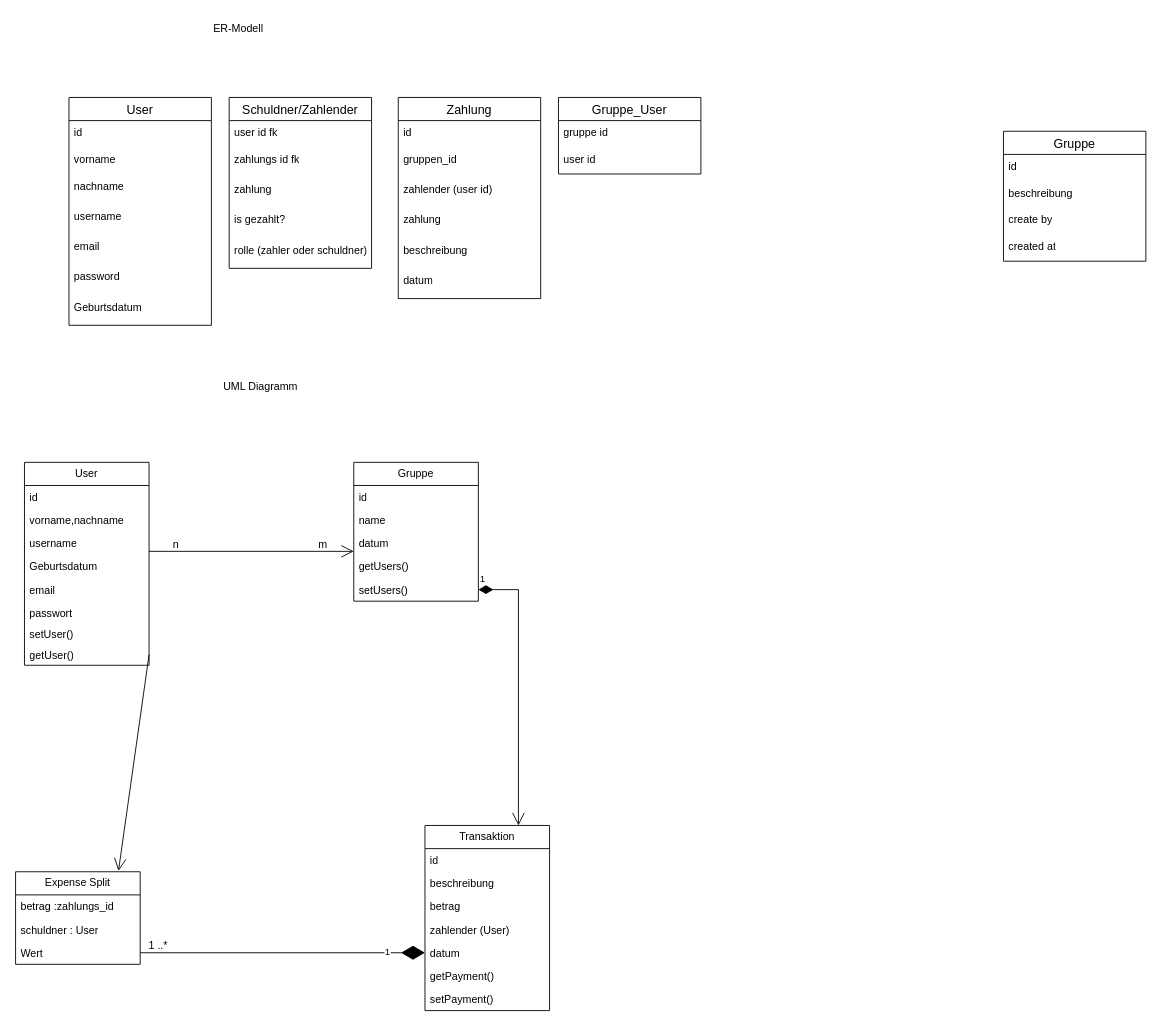
Above: TeamBudget.drawio in abda1014/TeamBudget (draw.io), before the change. Source tidied: cells renumbered, new cells numbered last; positions are measured from the earlier drawing's top-left corner, leaving out a move shared by most shapes. Both pictures are drawn from the tidied source at 89%, with x=0, y=0 at pixel (15, 15).
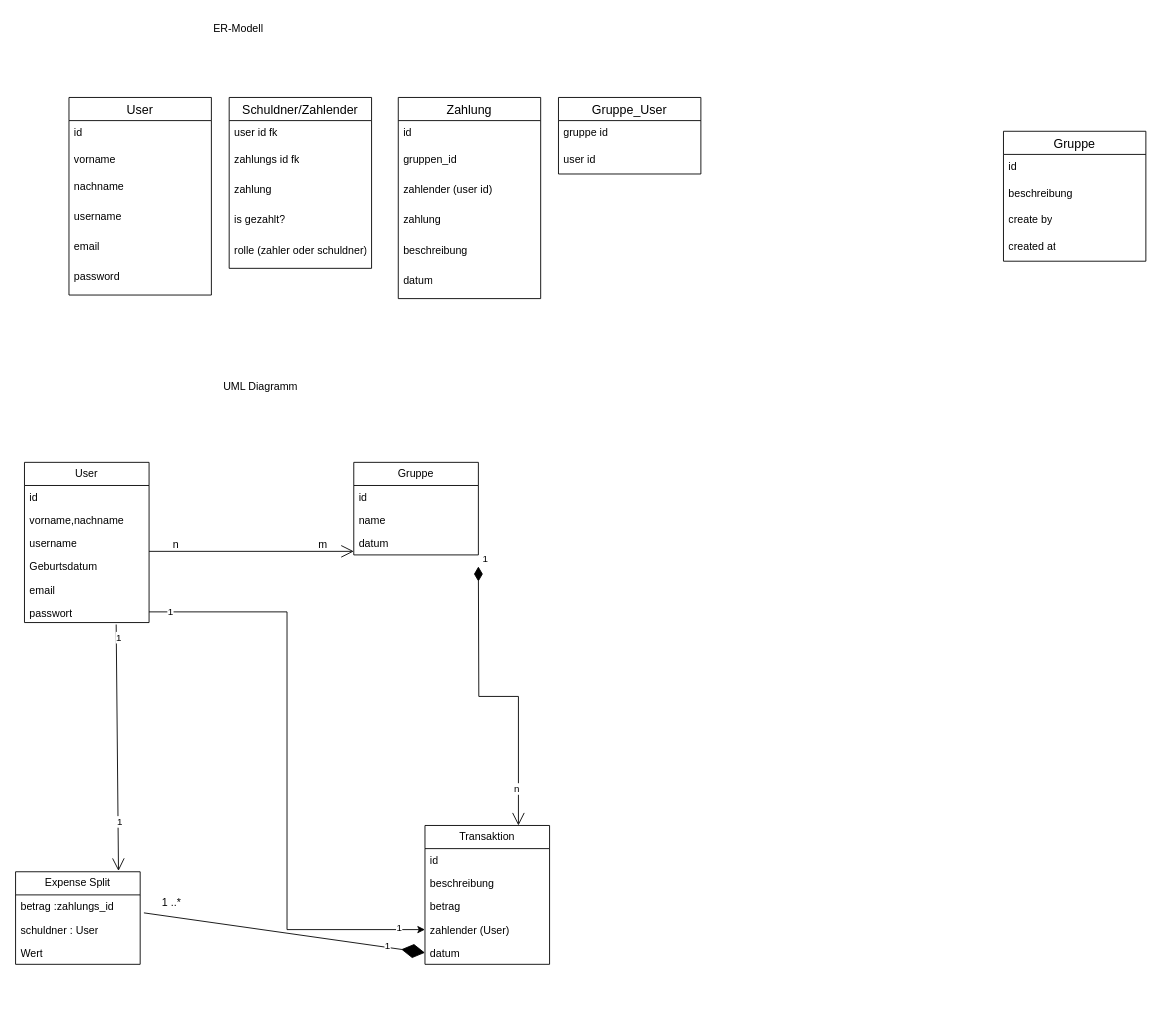
Above is the later version.

Unchanged cells that the change refers to:
```xml
<mxCell id="37" value="passwort" style="text;strokeColor=none;fillColor=none;align=left;verticalAlign=top;spacingLeft=4;spacingRight=4;overflow=hidden;points=[[0,0.5],[1,0.5]];portConstraint=eastwest;whiteSpace=wrap;html=1;" parent="31" vertex="1">
  <mxGeometry y="156" width="140" height="24" as="geometry" />
</mxCell>
<mxCell id="46" value="zahlender (User)" style="text;strokeColor=none;fillColor=none;align=left;verticalAlign=top;spacingLeft=4;spacingRight=4;overflow=hidden;points=[[0,0.5],[1,0.5]];portConstraint=eastwest;whiteSpace=wrap;html=1;" parent="42" vertex="1">
  <mxGeometry y="104" width="140" height="26" as="geometry" />
</mxCell>
<mxCell id="47" value="datum" style="text;strokeColor=none;fillColor=none;align=left;verticalAlign=top;spacingLeft=4;spacingRight=4;overflow=hidden;points=[[0,0.5],[1,0.5]];portConstraint=eastwest;whiteSpace=wrap;html=1;" parent="42" vertex="1">
  <mxGeometry y="130" width="140" height="26" as="geometry" />
</mxCell>
<mxCell id="50" value="Expense Split" style="swimlane;fontStyle=0;horizontal=1;startSize=26;fillColor=none;whiteSpace=wrap;html=1;" parent="1" vertex="1">
  <mxGeometry y="962" width="140" height="104" as="geometry" />
</mxCell>
<mxCell id="51" value="betrag :zahlungs_id" style="text;strokeColor=none;fillColor=none;align=left;verticalAlign=top;spacingLeft=4;spacingRight=4;overflow=hidden;points=[[0,0.5],[1,0.5]];portConstraint=eastwest;whiteSpace=wrap;html=1;" parent="50" vertex="1">
  <mxGeometry y="26" width="140" height="26" as="geometry" />
</mxCell>
<mxCell id="53" value="Wert" style="text;strokeColor=none;fillColor=none;align=left;verticalAlign=top;spacingLeft=4;spacingRight=4;overflow=hidden;points=[[0,0.5],[1,0.5]];portConstraint=eastwest;whiteSpace=wrap;html=1;" parent="50" vertex="1">
  <mxGeometry y="78" width="140" height="26" as="geometry" />
</mxCell>
```

Change to the diagram source:
```diff
@@
     <mxCell id="2" value="User" style="swimlane;fontStyle=0;horizontal=1;startSize=26;align=center;fontSize=14;" parent="1" vertex="1">
-      <mxGeometry x="60" y="92" width="160" height="256" as="geometry" />
+      <mxGeometry x="60" y="92" width="160" height="222" as="geometry" />
     </mxCell>
@@
-    <mxCell id="9" value="Geburtsdatum" style="text;strokeColor=none;fillColor=none;spacingLeft=4;spacingRight=4;overflow=hidden;fontSize=12;whiteSpace=wrap;html=1;" parent="2" vertex="1">
-      <mxGeometry y="222" width="160" height="34" as="geometry" />
-    </mxCell>
@@
     <mxCell id="31" value="User" style="swimlane;fontStyle=0;horizontal=1;startSize=26;fillColor=none;whiteSpace=wrap;html=1;" parent="1" vertex="1">
-      <mxGeometry x="10" y="502" width="140" height="228" as="geometry" />
+      <mxGeometry x="10" y="502" width="140" height="180" as="geometry" />
     </mxCell>
@@
-    <mxCell id="38" value="setUser()" style="text;strokeColor=none;fillColor=none;align=left;verticalAlign=top;spacingLeft=4;spacingRight=4;overflow=hidden;whiteSpace=wrap;html=1;" parent="31" vertex="1">
-      <mxGeometry y="180" width="140" height="24" as="geometry" />
-    </mxCell>
-    <mxCell id="39" value="getUser()" style="text;strokeColor=none;fillColor=none;align=left;verticalAlign=top;spacingLeft=4;spacingRight=4;overflow=hidden;whiteSpace=wrap;html=1;" parent="31" vertex="1">
-      <mxGeometry y="204" width="140" height="24" as="geometry" />
-    </mxCell>
@@
     <mxCell id="42" value="Transaktion" style="swimlane;fontStyle=0;horizontal=1;startSize=26;fillColor=none;whiteSpace=wrap;html=1;" parent="1" vertex="1">
-      <mxGeometry x="460" y="910" width="140" height="208" as="geometry" />
+      <mxGeometry x="460" y="910" width="140" height="156" as="geometry" />
     </mxCell>
@@
-    <mxCell id="48" value="getPayment()" style="text;strokeColor=none;fillColor=none;align=left;verticalAlign=top;spacingLeft=4;spacingRight=4;overflow=hidden;whiteSpace=wrap;html=1;" parent="42" vertex="1">
-      <mxGeometry y="156" width="140" height="26" as="geometry" />
-    </mxCell>
-    <mxCell id="49" value="setPayment()" style="text;strokeColor=none;fillColor=none;align=left;verticalAlign=top;spacingLeft=4;spacingRight=4;overflow=hidden;whiteSpace=wrap;html=1;" parent="42" vertex="1">
-      <mxGeometry y="182" width="140" height="26" as="geometry" />
-    </mxCell>
@@
     <mxCell id="54" value="Gruppe" style="swimlane;fontStyle=0;horizontal=1;startSize=26;fillColor=none;whiteSpace=wrap;html=1;" parent="1" vertex="1">
-      <mxGeometry x="380" y="502" width="140" height="156" as="geometry" />
+      <mxGeometry x="380" y="502" width="140" height="104" as="geometry" />
     </mxCell>
@@
-    <mxCell id="58" value="getUsers()" style="text;strokeColor=none;fillColor=none;align=left;verticalAlign=top;spacingLeft=4;spacingRight=4;overflow=hidden;whiteSpace=wrap;html=1;" parent="54" vertex="1">
-      <mxGeometry y="104" width="140" height="26" as="geometry" />
-    </mxCell>
-    <mxCell id="59" value="setUsers()" style="text;strokeColor=none;fillColor=none;align=left;verticalAlign=top;spacingLeft=4;spacingRight=4;overflow=hidden;points=[[0,0.5],[1,0.5]];portConstraint=eastwest;whiteSpace=wrap;html=1;" parent="54" vertex="1">
-      <mxGeometry y="130" width="140" height="26" as="geometry" />
-    </mxCell>
-    <mxCell id="60" style="endArrow=open;endFill=1;endSize=12;html=1;rounded=0;exitX=1;exitY=0.5;exitDx=0;exitDy=0;entryX=0.826;entryY=-0.009;entryDx=0;entryDy=0;entryPerimeter=0;" parent="1" edge="1" target="50">
-      <mxGeometry relative="1" as="geometry">
-        <mxPoint x="150" y="718" as="sourcePoint" />
-      </mxGeometry>
+    <mxCell id="60" style="endArrow=open;endFill=1;endSize=12;html=1;rounded=0;exitX=0.736;exitY=1.092;exitDx=0;exitDy=0;entryX=0.826;entryY=-0.009;entryDx=0;entryDy=0;entryPerimeter=0;exitPerimeter=0;" parent="1" edge="1" source="37" target="50">
+      <mxGeometry relative="1" as="geometry" />
     </mxCell>
+    <mxCell id="68" value="1" style="edgeLabel;html=1;align=center;verticalAlign=middle;" parent="60" vertex="1">
+      <mxGeometry x="-0.9" y="2" relative="1" as="geometry" />
+    </mxCell>
+    <mxCell id="69" value="1" style="edgeLabel;html=1;align=center;verticalAlign=middle;" parent="60" vertex="1">
+      <mxGeometry x="0.6" y="1" relative="1" as="geometry" />
+    </mxCell>
-    <mxCell id="61" value="1" style="endArrow=open;html=1;endSize=12;startArrow=diamondThin;startSize=14;startFill=1;edgeStyle=orthogonalEdgeStyle;align=left;verticalAlign=bottom;rounded=0;exitX=1;exitY=0.5;exitDx=0;exitDy=0;entryX=0.75;entryY=0;entryDx=0;entryDy=0;" parent="1" edge="1" source="59" target="42">
-      <mxGeometry x="-1" y="3" relative="1" as="geometry" />
+    <mxCell id="61" value="1" style="endArrow=open;html=1;endSize=12;startArrow=diamondThin;startSize=14;startFill=1;edgeStyle=orthogonalEdgeStyle;align=left;verticalAlign=bottom;rounded=0;exitX=1;exitY=0.5;exitDx=0;exitDy=0;entryX=0.75;entryY=0;entryDx=0;entryDy=0;" parent="1" edge="1" target="42">
+      <mxGeometry x="-1" y="3" relative="1" as="geometry">
+        <mxPoint x="520" y="619" as="sourcePoint" />
+      </mxGeometry>
     </mxCell>
+    <mxCell id="70" value="n" style="edgeLabel;html=1;align=center;verticalAlign=middle;" parent="61" vertex="1">
+      <mxGeometry x="0.75" y="-3" relative="1" as="geometry" />
+    </mxCell>
-    <mxCell id="62" style="endArrow=diamondThin;endFill=1;endSize=24;html=1;rounded=0;entryX=0;entryY=0.5;entryDx=0;entryDy=0;exitX=1;exitY=0.5;exitDx=0;exitDy=0;" parent="1" edge="1" source="53" target="47">
+    <mxCell id="62" style="endArrow=diamondThin;endFill=1;endSize=24;html=1;rounded=0;entryX=0;entryY=0.5;entryDx=0;entryDy=0;exitX=1.03;exitY=0.777;exitDx=0;exitDy=0;exitPerimeter=0;" parent="1" edge="1" source="51" target="47">
       <mxGeometry relative="1" as="geometry" />
     </mxCell>
@@
     <mxCell id="67" value="1 ..*" style="text;html=1;align=center;verticalAlign=middle;strokeColor=none;fillColor=none;" parent="1" vertex="1">
-      <mxGeometry x="140" y="1030" width="40" height="30" as="geometry" />
+      <mxGeometry x="155" y="982" width="40" height="30" as="geometry" />
     </mxCell>
+    <mxCell id="71" style="edgeStyle=orthogonalEdgeStyle;rounded=0;jettySize=auto;html=1;exitX=1;exitY=0.5;exitDx=0;exitDy=0;entryX=0;entryY=0.5;entryDx=0;entryDy=0;" parent="1" edge="1" source="37" target="46">
+      <mxGeometry relative="1" as="geometry" />
+    </mxCell>
+    <mxCell id="72" value="1" style="edgeLabel;html=1;align=center;verticalAlign=middle;" parent="71" vertex="1">
+      <mxGeometry x="-0.93" y="1" relative="1" as="geometry" />
+    </mxCell>
+    <mxCell id="73" value="1" style="edgeLabel;html=1;align=center;verticalAlign=middle;" parent="71" vertex="1">
+      <mxGeometry x="0.91" y="3" relative="1" as="geometry" />
+    </mxCell>
```
